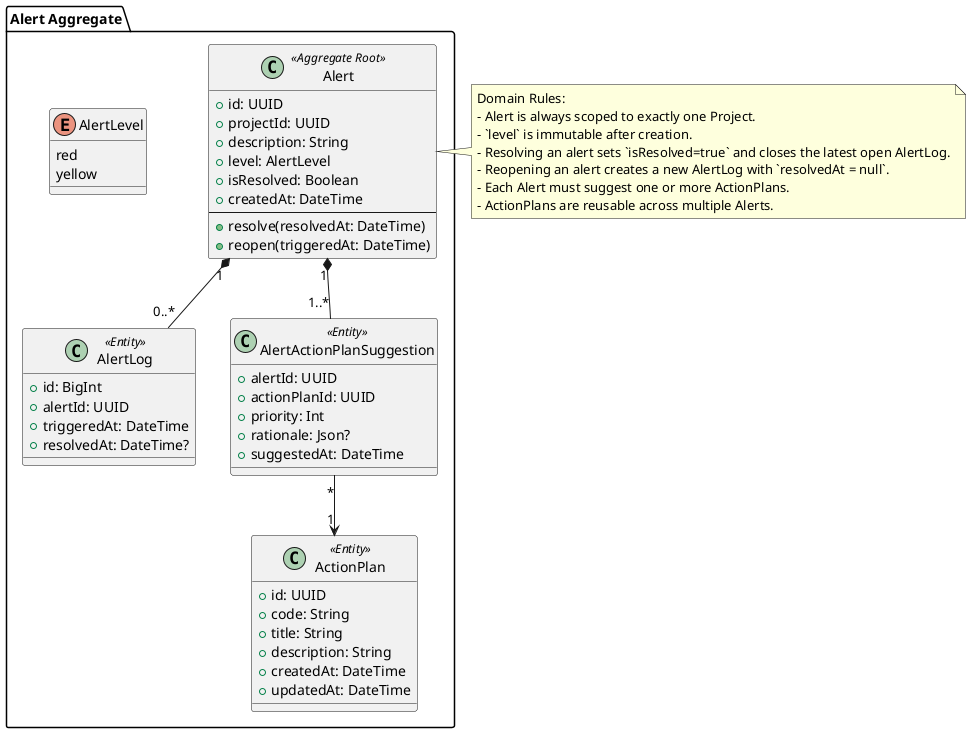
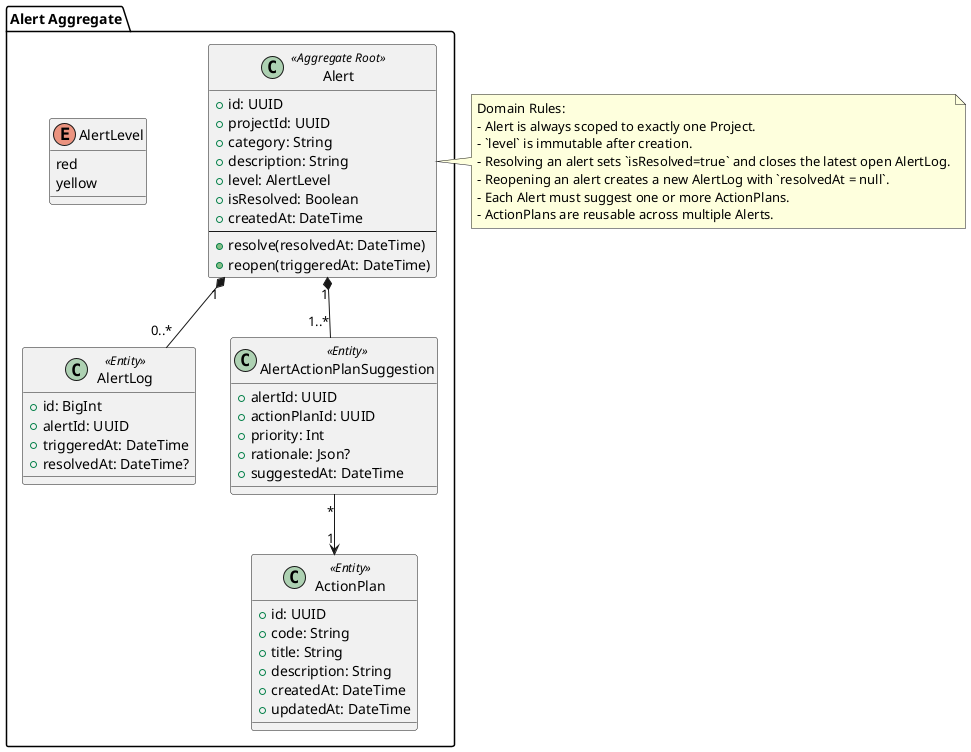
@startuml
package "Alert Aggregate" {

  class Alert <<Aggregate Root>> {
    +id: UUID
    +projectId: UUID
+     +category: String
    +description: String
    +level: AlertLevel
    +isResolved: Boolean
    +createdAt: DateTime
    --
    +resolve(resolvedAt: DateTime)
    +reopen(triggeredAt: DateTime)
  }

  enum AlertLevel {
    red
    yellow
  }

  class AlertLog <<Entity>> {
    +id: BigInt
    +alertId: UUID
    +triggeredAt: DateTime
    +resolvedAt: DateTime?
  }

  class ActionPlan <<Entity>> {
    +id: UUID
    +code: String
    +title: String
    +description: String
    +createdAt: DateTime
    +updatedAt: DateTime
  }

  class AlertActionPlanSuggestion <<Entity>> {
    +alertId: UUID
    +actionPlanId: UUID
    +priority: Int
    +rationale: Json?
    +suggestedAt: DateTime
  }

  Alert "1" *-- "0..*" AlertLog
  Alert "1" *-- "1..*" AlertActionPlanSuggestion
  AlertActionPlanSuggestion "*" --> "1" ActionPlan
}

note right of Alert
Domain Rules:
- Alert is always scoped to exactly one Project.
- `level` is immutable after creation.
- Resolving an alert sets `isResolved=true` and closes the latest open AlertLog.
- Reopening an alert creates a new AlertLog with `resolvedAt = null`.
- Each Alert must suggest one or more ActionPlans.
- ActionPlans are reusable across multiple Alerts.
end note

@enduml